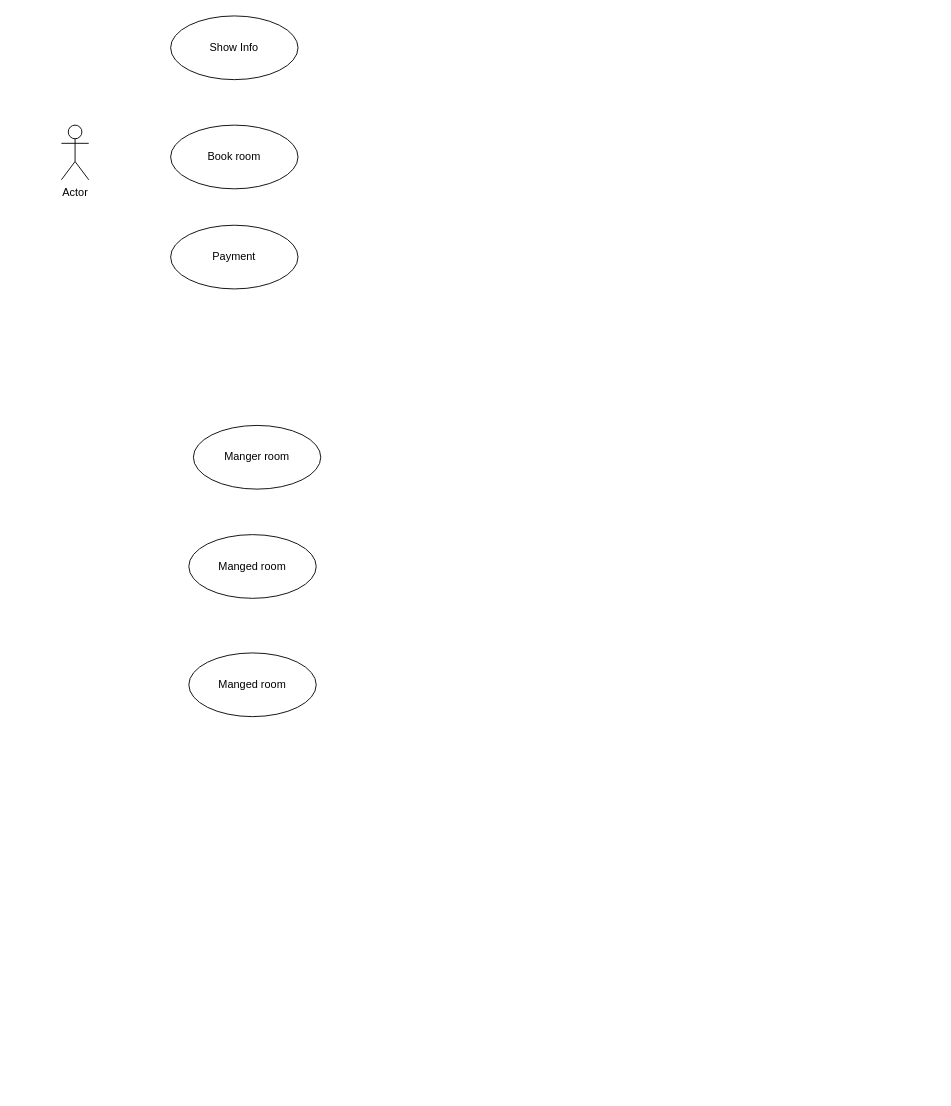
hp210693/motel keeps this draw.io diagram as page "use case" (2 of 2) of architecture-overview/motel.drawio. Above is the earlier version. Source tidied: cells renumbered, new cells numbered last; positions are measured from the earlier drawing's top-left corner, leaving out a move shared by most shapes. Both pictures are drawn from the tidied source at 91%, with x=0, y=0 at pixel (61, 15).
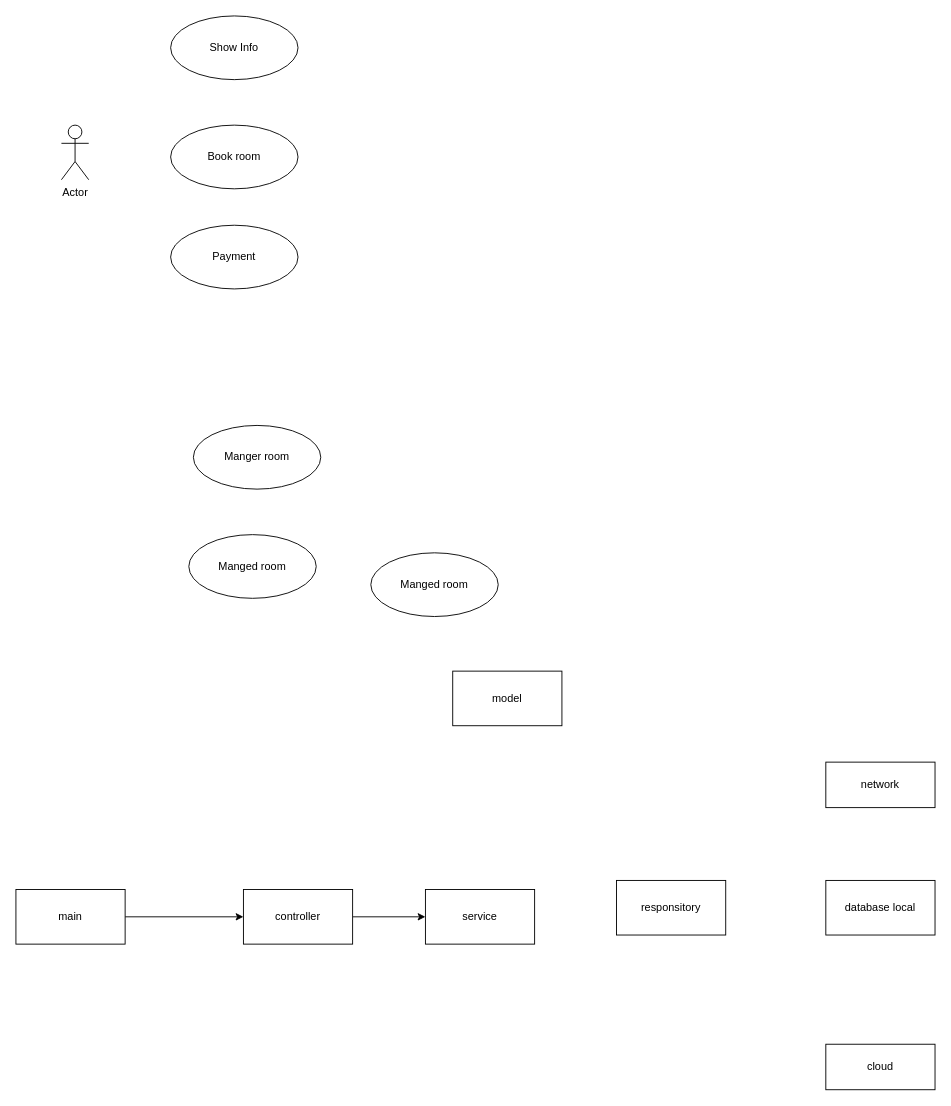
Above is the later version.

The edit, as a diff of the source:
```diff
@@
 <mxGraphModel>
   <root>
     <mxCell id="0" />
     <mxCell id="1" parent="0" />
     <mxCell id="2" value="Show Info" style="ellipse;whiteSpace=wrap;html=1;" parent="1" vertex="1">
       <mxGeometry x="120" width="140" height="70" as="geometry" />
     </mxCell>
     <mxCell id="3" value="Actor" style="shape=umlActor;verticalLabelPosition=bottom;verticalAlign=top;html=1;" parent="1" vertex="1">
       <mxGeometry y="120" width="30" height="60" as="geometry" />
     </mxCell>
     <mxCell id="4" value="&lt;span style=&quot;font-weight: normal;&quot;&gt;Book room&lt;/span&gt;" style="ellipse;whiteSpace=wrap;html=1;fontStyle=1;" parent="1" vertex="1">
       <mxGeometry x="120" y="120" width="140" height="70" as="geometry" />
     </mxCell>
     <mxCell id="5" value="Payment" style="ellipse;whiteSpace=wrap;html=1;" parent="1" vertex="1">
       <mxGeometry x="120" y="230" width="140" height="70" as="geometry" />
     </mxCell>
     <mxCell id="6" value="&lt;span style=&quot;font-weight: normal;&quot;&gt;Manger room&lt;/span&gt;" style="ellipse;whiteSpace=wrap;html=1;fontStyle=1;" parent="1" vertex="1">
       <mxGeometry x="145" y="450" width="140" height="70" as="geometry" />
     </mxCell>
     <mxCell id="7" value="&lt;span style=&quot;font-weight: normal;&quot;&gt;Manged room&lt;/span&gt;" style="ellipse;whiteSpace=wrap;html=1;fontStyle=1;" parent="1" vertex="1">
       <mxGeometry x="140" y="570" width="140" height="70" as="geometry" />
     </mxCell>
     <mxCell id="8" value="&lt;span style=&quot;font-weight: normal;&quot;&gt;Manged room&lt;/span&gt;" style="ellipse;whiteSpace=wrap;html=1;fontStyle=1;" parent="1" vertex="1">
-      <mxGeometry x="140" y="700" width="140" height="70" as="geometry" />
+      <mxGeometry x="340" y="590" width="140" height="70" as="geometry" />
     </mxCell>
+    <mxCell id="9" style="edgeStyle=orthogonalEdgeStyle;rounded=0;jettySize=auto;html=1;" parent="1" edge="1" source="10" target="12">
+      <mxGeometry relative="1" as="geometry" />
+    </mxCell>
+    <mxCell id="10" value="main" style="rounded=0;whiteSpace=wrap;html=1;" parent="1" vertex="1">
+      <mxGeometry x="-50" y="960" width="120" height="60" as="geometry" />
+    </mxCell>
+    <mxCell id="11" style="edgeStyle=orthogonalEdgeStyle;rounded=0;jettySize=auto;html=1;entryX=0;entryY=0.5;entryDx=0;entryDy=0;" parent="1" edge="1" source="12" target="13">
+      <mxGeometry relative="1" as="geometry" />
+    </mxCell>
+    <mxCell id="12" value="controller" style="rounded=0;whiteSpace=wrap;html=1;" parent="1" vertex="1">
+      <mxGeometry x="200" y="960" width="120" height="60" as="geometry" />
+    </mxCell>
+    <mxCell id="13" value="service" style="rounded=0;whiteSpace=wrap;html=1;" parent="1" vertex="1">
+      <mxGeometry x="400" y="960" width="120" height="60" as="geometry" />
+    </mxCell>
+    <mxCell id="14" value="model" style="rounded=0;whiteSpace=wrap;html=1;" parent="1" vertex="1">
+      <mxGeometry x="430" y="720" width="120" height="60" as="geometry" />
+    </mxCell>
+    <mxCell id="15" value="database local" style="rounded=0;whiteSpace=wrap;html=1;" parent="1" vertex="1">
+      <mxGeometry x="840" y="950" width="120" height="60" as="geometry" />
+    </mxCell>
+    <mxCell id="16" value="responsitory" style="rounded=0;whiteSpace=wrap;html=1;" parent="1" vertex="1">
+      <mxGeometry x="610" y="950" width="120" height="60" as="geometry" />
+    </mxCell>
+    <mxCell id="17" value="network" style="rounded=0;whiteSpace=wrap;html=1;" parent="1" vertex="1">
+      <mxGeometry x="840" y="820" width="120" height="50" as="geometry" />
+    </mxCell>
+    <mxCell id="18" value="cloud" style="rounded=0;whiteSpace=wrap;html=1;" parent="1" vertex="1">
+      <mxGeometry x="840" y="1130" width="120" height="50" as="geometry" />
+    </mxCell>
   </root>
 </mxGraphModel>
```
